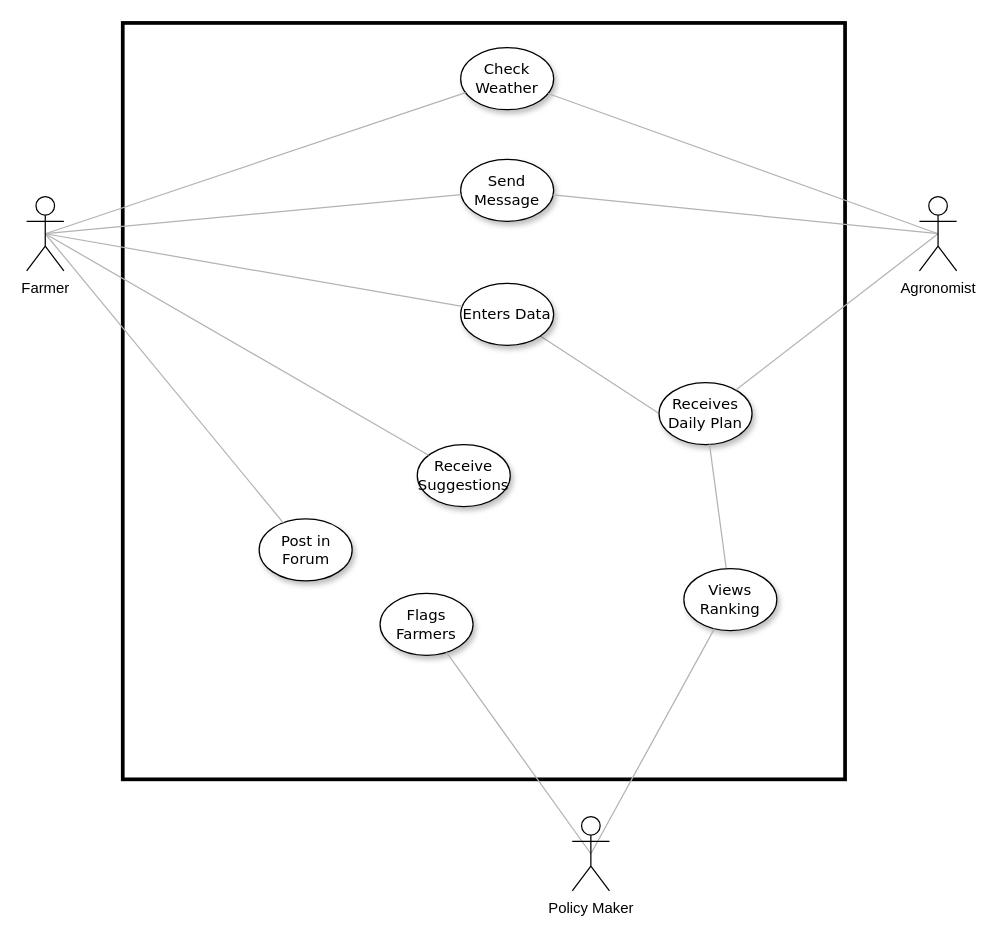
Earlier version of the draw.io diagram images_diagrams/usecase_diagram.drawio (gabrielemarra/DREAM-ProjectDesign). Source tidied: cells renumbered, new cells numbered last; positions are measured from the earlier drawing's top-left corner, leaving out a move shared by most shapes. Both pictures are drawn from the tidied source at 124%, with x=0, y=0 at pixel (26, 22).
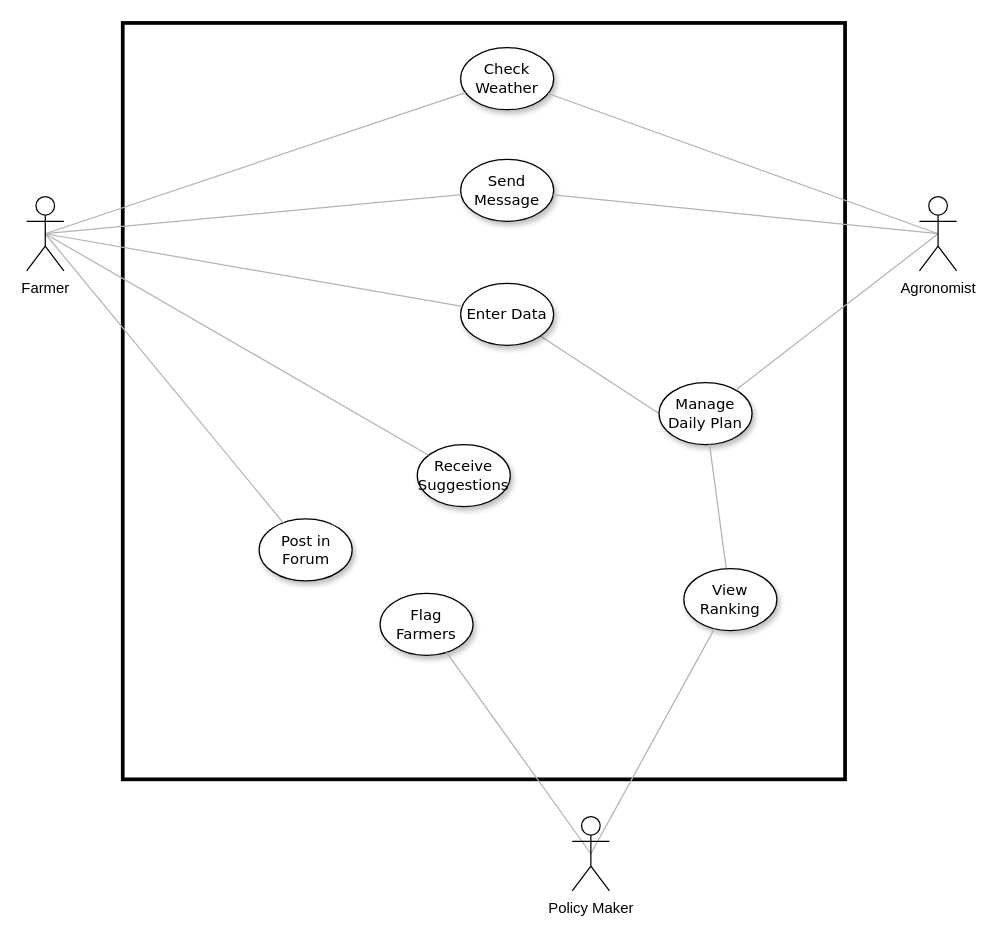
The same diagram, later.

Change to the diagram source:
```diff
@@
-    <mxCell id="5" value="Receives Daily Plan" style="ellipse;whiteSpace=wrap;html=1;rounded=0;shadow=1;comic=0;labelBackgroundColor=none;strokeWidth=1;fontFamily=Verdana;fontSize=12;align=center;" parent="1" vertex="1">
+    <mxCell id="5" value="Manage Daily Plan" style="ellipse;whiteSpace=wrap;html=1;rounded=0;shadow=1;comic=0;labelBackgroundColor=none;strokeWidth=1;fontFamily=Verdana;fontSize=12;align=center;" parent="1" vertex="1">
       <mxGeometry x="510" y="290" width="75" height="50" as="geometry" />
     </mxCell>
@@
-    <mxCell id="7" value="Views Ranking" style="ellipse;whiteSpace=wrap;html=1;rounded=0;shadow=1;comic=0;labelBackgroundColor=none;strokeWidth=1;fontFamily=Verdana;fontSize=12;align=center;" parent="1" vertex="1">
+    <mxCell id="7" value="View Ranking" style="ellipse;whiteSpace=wrap;html=1;rounded=0;shadow=1;comic=0;labelBackgroundColor=none;strokeWidth=1;fontFamily=Verdana;fontSize=12;align=center;" parent="1" vertex="1">
       <mxGeometry x="530" y="440" width="75" height="50" as="geometry" />
     </mxCell>
@@
-    <mxCell id="9" value="Flags Farmers" style="ellipse;whiteSpace=wrap;html=1;rounded=0;shadow=1;comic=0;labelBackgroundColor=none;strokeWidth=1;fontFamily=Verdana;fontSize=12;align=center;" parent="1" vertex="1">
+    <mxCell id="9" value="Flag Farmers" style="ellipse;whiteSpace=wrap;html=1;rounded=0;shadow=1;comic=0;labelBackgroundColor=none;strokeWidth=1;fontFamily=Verdana;fontSize=12;align=center;" parent="1" vertex="1">
       <mxGeometry x="285" y="460" width="75" height="50" as="geometry" />
     </mxCell>
-    <mxCell id="10" value="Enters Data" style="ellipse;whiteSpace=wrap;html=1;rounded=0;shadow=1;comic=0;labelBackgroundColor=none;strokeWidth=1;fontFamily=Verdana;fontSize=12;align=center;" parent="1" vertex="1">
+    <mxCell id="10" value="Enter Data" style="ellipse;whiteSpace=wrap;html=1;rounded=0;shadow=1;comic=0;labelBackgroundColor=none;strokeWidth=1;fontFamily=Verdana;fontSize=12;align=center;" parent="1" vertex="1">
       <mxGeometry x="350" y="210" width="75" height="50" as="geometry" />
     </mxCell>
```
